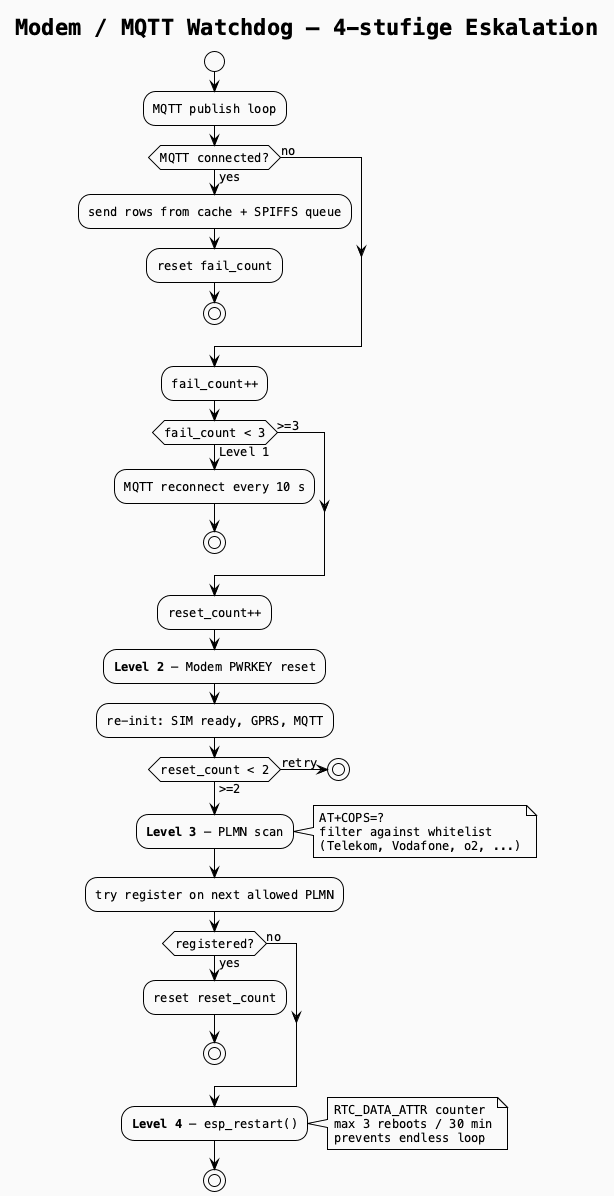
Earlier version of the PlantUML export docs/modem_escalation.png (TheInGoF/IDTelemetry).
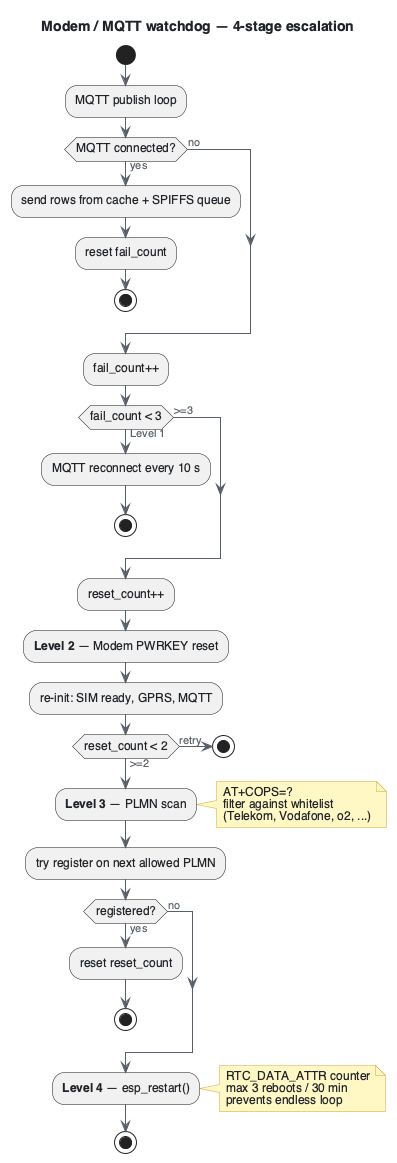
Above is the later version.

What changed in the source:
```diff
@@ -1,10 +1,7 @@
 @startuml modem_escalation
-!theme plain
-skinparam backgroundColor #FAFAFA
-skinparam defaultFontName Menlo
-skinparam defaultFontSize 12
+!include _theme.puml
 
-title Modem / MQTT Watchdog — 4-stufige Eskalation
+title Modem / MQTT watchdog — 4-stage escalation
 
 start
 
```
